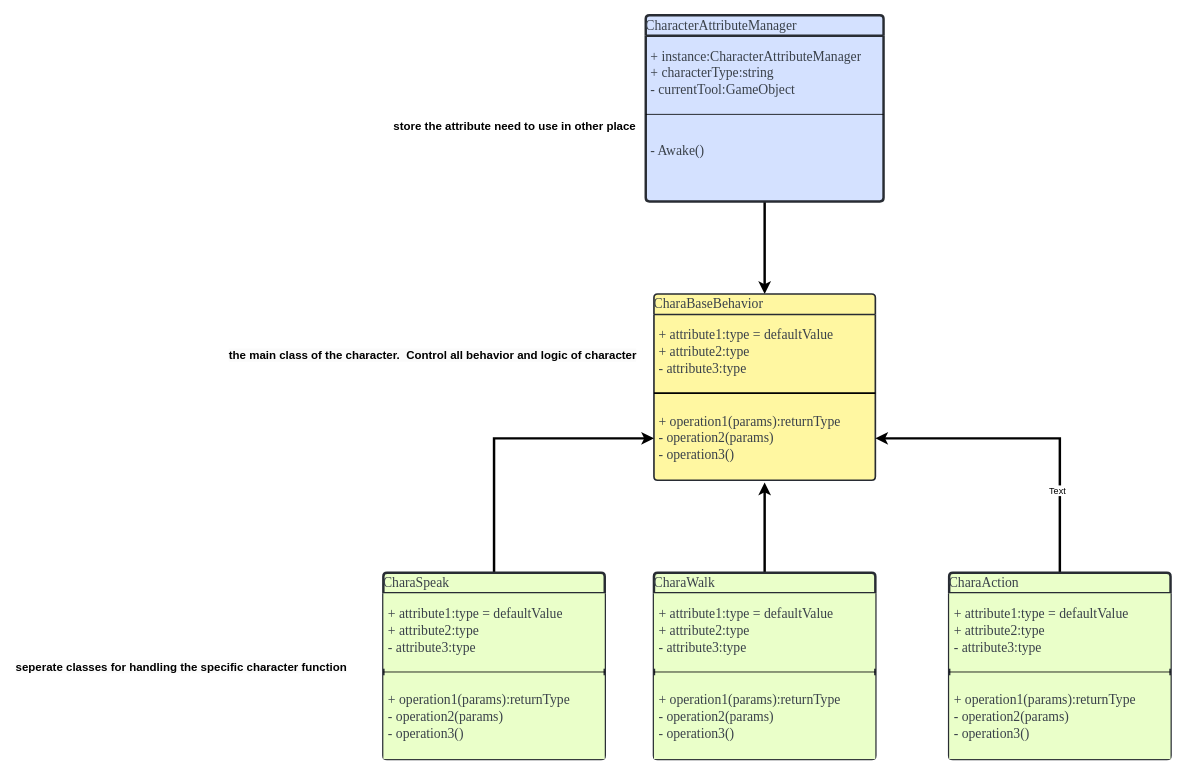
Above: page "Chara_class_structure" (3 of 4) of Kitchen_seq_1.drawio in BalaGuava/NourishverseI (draw.io), before the change. Source tidied: cells renumbered, new cells numbered last; positions are measured from the earlier drawing's top-left corner, leaving out a move shared by most shapes. Both pictures are drawn from the tidied source at 82%, with x=0, y=0 at pixel (14, 15).
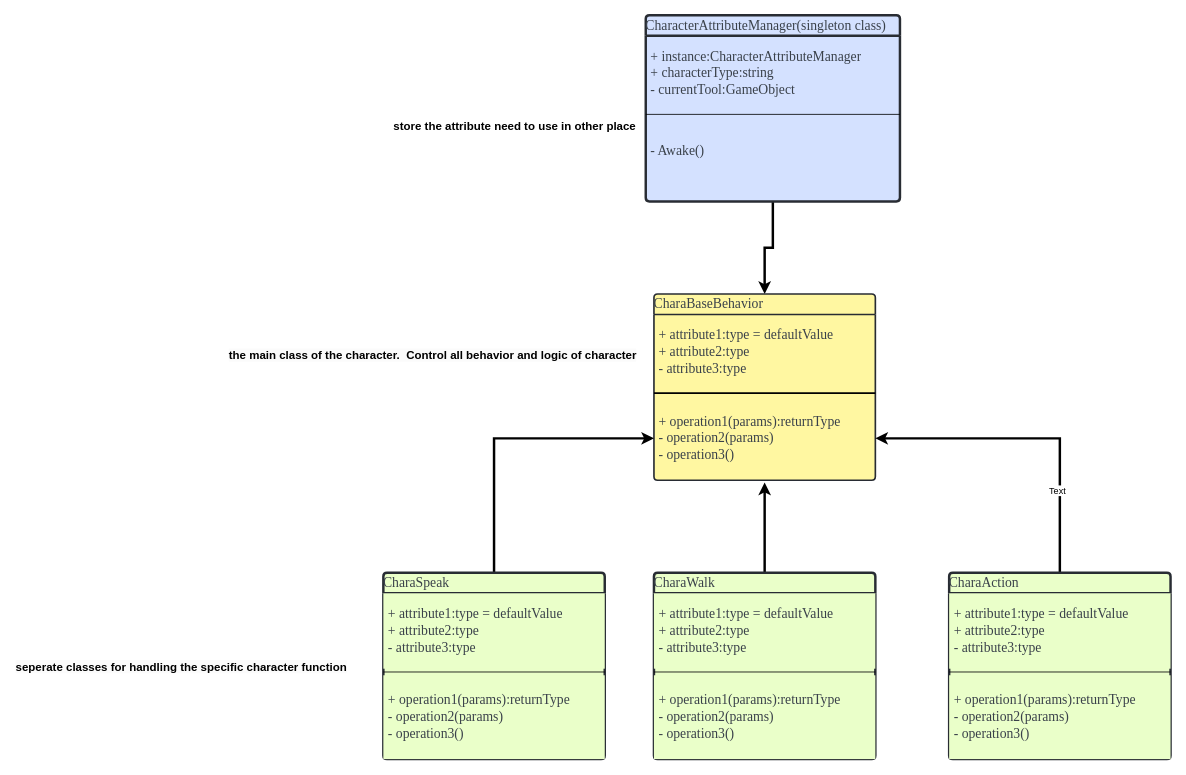
The same diagram, later.

Commit message (it also covers changes not shown here):
finsih first order class diagram

Change to the diagram source:
```diff
@@
-    <mxCell id="3" value="CharacterAttributeManager" style="html=1;overflow=block;blockSpacing=1;swimlane;horizontal=1;fontStyle=0;swimlaneFillColor=#d4e1ff;startSize=25;whiteSpace=wrap;fontSize=16.7;fontFamily=Liberation Serif;fontColor=#3a414a;align=left;spacing=0;strokeColor=#282c33;strokeOpacity=100;fillOpacity=100;rounded=1;absoluteArcSize=1;arcSize=9;fillColor=#D4E1FF;strokeWidth=3;" parent="1" vertex="1">
-      <mxGeometry x="770" width="290" height="227.2" as="geometry" />
+    <mxCell id="3" value="CharacterAttributeManager(singleton class)" style="html=1;overflow=block;blockSpacing=1;swimlane;horizontal=1;fontStyle=0;swimlaneFillColor=#d4e1ff;startSize=25;whiteSpace=wrap;fontSize=16.7;fontFamily=Liberation Serif;fontColor=#3a414a;align=left;spacing=0;strokeColor=#282c33;strokeOpacity=100;fillOpacity=100;rounded=1;absoluteArcSize=1;arcSize=9;fillColor=#D4E1FF;strokeWidth=3;" parent="1" vertex="1">
+      <mxGeometry x="770" width="310" height="227.2" as="geometry" />
     </mxCell>
     <mxCell id="4" value="+ instance:CharacterAttributeManager&lt;br&gt;+&amp;nbsp;characterType:string&lt;br&gt;- currentTool:GameObject" style="html=1;strokeColor=none;fillColor=none;align=left;verticalAlign=middle;spacingLeft=4;spacingRight=4;overflow=hidden;swimlaneFillColor=#fff7a1;strokeOpacity=100;fillOpacity=100;whiteSpace=wrap;fontSize=16.7;fontFamily=Liberation Serif;fontColor=#3a414a;" parent="3" vertex="1">
-      <mxGeometry y="25" width="290" height="92" as="geometry" />
+      <mxGeometry y="25" width="310" height="92" as="geometry" />
     </mxCell>
     <mxCell id="5" style="line;strokeWidth=1;fillColor=none;align=left;verticalAlign=middle;spacingTop=-1;spacingLeft=3;spacingRight=3;labelPosition=right;" parent="3" vertex="1">
-      <mxGeometry y="117" width="290" height="8" as="geometry" />
+      <mxGeometry y="117" width="310" height="8" as="geometry" />
     </mxCell>
     <mxCell id="6" value="- Awake()&lt;div&gt;&lt;br/&gt;&lt;/div&gt;" style="html=1;strokeColor=none;fillColor=none;align=left;verticalAlign=middle;spacingLeft=4;spacingRight=4;overflow=hidden;swimlaneFillColor=#fff7a1;strokeOpacity=100;fillOpacity=100;whiteSpace=wrap;fontSize=16.7;fontFamily=Liberation Serif;fontColor=#3a414a;" parent="3" vertex="1">
-      <mxGeometry y="125" width="290" height="102.2" as="geometry" />
+      <mxGeometry y="125" width="310" height="102.2" as="geometry" />
     </mxCell>
```
